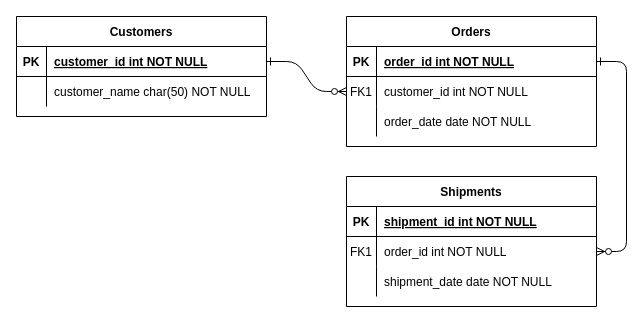
Before: Untitled Diagram.drawio in FullStackCatamarca/proyecto_g2-proyecto_g2, a draw.io diagram. Source tidied: cells renumbered, new cells numbered last; positions are measured from the earlier drawing's top-left corner, leaving out a move shared by most shapes. Both pictures are drawn from the tidied source at 100%, with x=0, y=0 at pixel (16, 16).
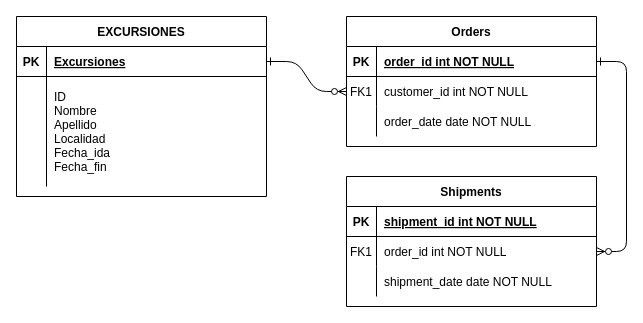
After the change.

The change refers to these unchanged cells:
```xml
<mxCell id="25" style="shape=partialRectangle;fillColor=none;points=[[0,0.5],[1,0.5]];portConstraint=eastwest;top=0;left=0;right=0;bottom=1;" parent="24" vertex="1">
  <mxGeometry y="30" width="250" height="30" as="geometry" />
</mxCell>
```

Diff of the diagram source:
```diff
@@
-    <mxCell id="24" value="Customers" style="shape=table;startSize=30;childLayout=tableLayout;rowLines=0;fontStyle=1;align=center;" parent="1" vertex="1">
-      <mxGeometry width="250" height="100" as="geometry" />
+    <mxCell id="24" value="EXCURSIONES" style="shape=table;startSize=30;childLayout=tableLayout;rowLines=0;fontStyle=1;align=center;" parent="1" vertex="1">
+      <mxGeometry width="250" height="180" as="geometry" />
     </mxCell>
@@
-    <mxCell id="27" value="customer_id int NOT NULL " style="shape=partialRectangle;overflow=hidden;fillColor=none;top=0;left=0;bottom=0;right=0;align=left;spacingLeft=6;fontStyle=5;" parent="25" vertex="1">
+    <mxCell id="27" value="Excursiones" style="shape=partialRectangle;overflow=hidden;fillColor=none;top=0;left=0;bottom=0;right=0;align=left;spacingLeft=6;fontStyle=5;" parent="25" vertex="1">
       <mxGeometry x="30" width="220" height="30" as="geometry" />
     </mxCell>
     <mxCell id="28" style="shape=partialRectangle;fillColor=none;top=0;left=0;right=0;bottom=0;" parent="24" vertex="1">
-      <mxGeometry y="60" width="250" height="30" as="geometry" />
+      <mxGeometry y="60" width="250" height="110" as="geometry" />
     </mxCell>
     <mxCell id="29" style="shape=partialRectangle;overflow=hidden;fillColor=none;top=0;left=0;bottom=0;right=0;" parent="28" vertex="1">
-      <mxGeometry width="30" height="30" as="geometry" />
+      <mxGeometry width="30" height="110" as="geometry" />
     </mxCell>
-    <mxCell id="30" value="customer_name char(50) NOT NULL" style="shape=partialRectangle;overflow=hidden;fillColor=none;top=0;left=0;bottom=0;right=0;align=left;spacingLeft=6;" parent="28" vertex="1">
-      <mxGeometry x="30" width="220" height="30" as="geometry" />
+    <mxCell id="30" value="ID&#10;Nombre&#10;Apellido&#10;Localidad&#10;Fecha_ida&#10;Fecha_fin" style="shape=partialRectangle;overflow=hidden;fillColor=none;top=0;left=0;bottom=0;right=0;align=left;spacingLeft=6;" parent="28" vertex="1">
+      <mxGeometry x="30" width="220" height="110" as="geometry" />
     </mxCell>
```
